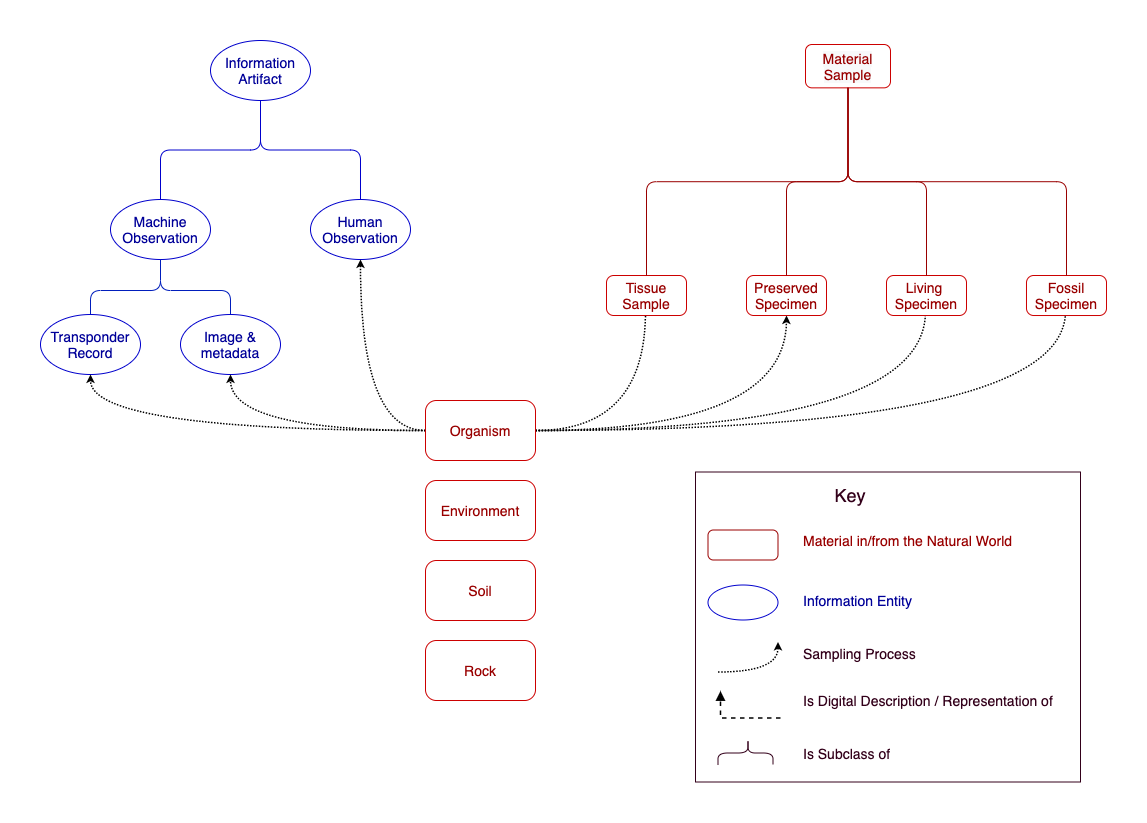
Before: resources/diagrams/material-sample-vs-info-artifact.drawio.png, a diagram exported from draw.io (tdwg/material-sample). Source tidied: cells renumbered, new cells last; positions are measured from the earlier drawing's top-left corner, leaving out a move shared by most shapes.
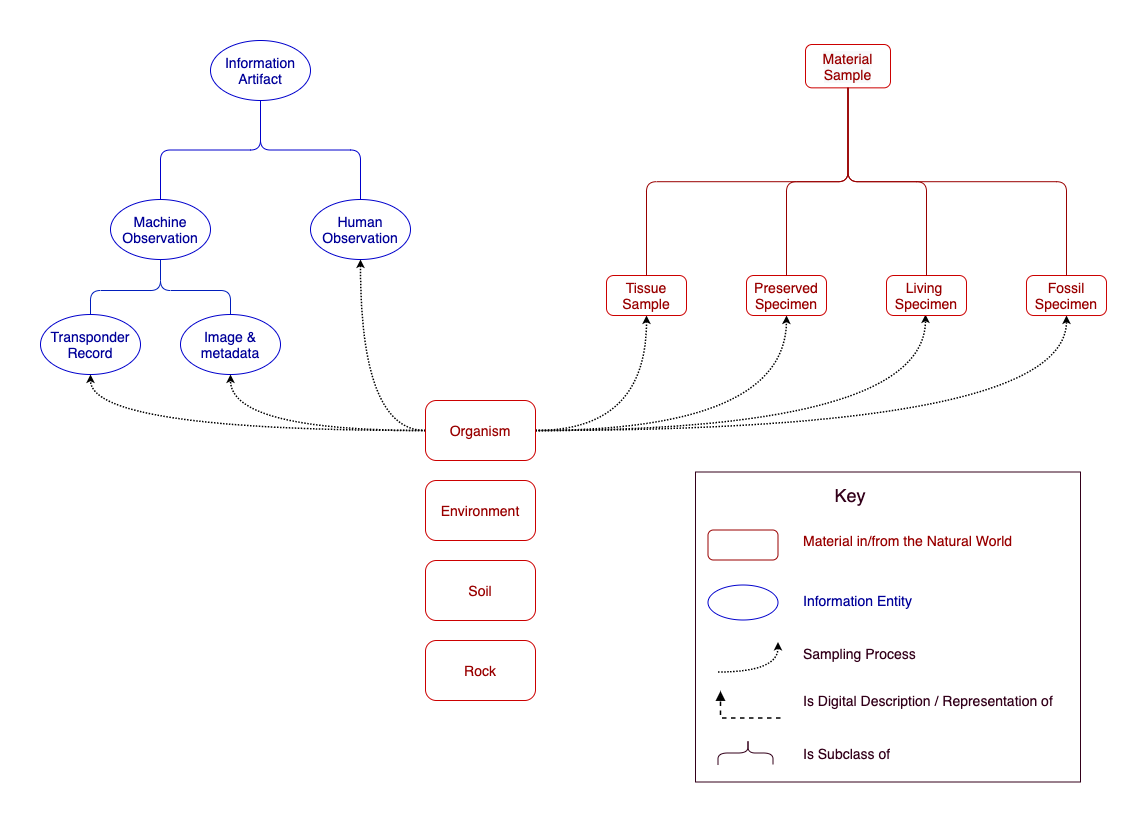
The same diagram one commit later.

Commit message:
updated existing diagram

Diff of the diagram source:
```diff
@@ -20,7 +20,7 @@
     <mxCell id="7" style="endArrow=none;html=1;entryX=0.5;entryY=1;entryDx=0;entryDy=0;edgeStyle=orthogonalEdgeStyle;exitX=0.5;exitY=0;exitDx=0;exitDy=0;fillColor=#0050ef;strokeColor=#0000CC;" parent="1" edge="1" source="4" target="3">
       <mxGeometry relative="1" as="geometry" />
     </mxCell>
-    <mxCell id="8" style="curved=1;endArrow=classic;html=1;rounded=0;edgeStyle=orthogonalEdgeStyle;dashed=1;dashPattern=1 1;strokeWidth=1.5;exitX=1;exitY=0.5;exitDx=0;exitDy=0;entryX=0.5;entryY=1;entryDx=0;entryDy=0;endSize=4;" parent="1" edge="1" source="22" target="23">
+    <mxCell id="8" style="curved=1;endArrow=classic;html=1;rounded=0;edgeStyle=orthogonalEdgeStyle;dashed=1;dashPattern=1 1;strokeWidth=1.5;exitX=1;exitY=0.5;exitDx=0;exitDy=0;entryX=0.5;entryY=1;entryDx=0;entryDy=0;endSize=4;" parent="1" edge="1" source="22" target="27">
       <mxGeometry relative="1" as="geometry" />
     </mxCell>
     <mxCell id="9" style="curved=1;endArrow=classic;html=1;rounded=0;edgeStyle=orthogonalEdgeStyle;dashed=1;dashPattern=1 1;strokeWidth=1.5;exitDx=0;exitDy=0;exitX=1;exitY=0.5;entryX=0.5;entryY=1;entryDx=0;entryDy=0;endSize=4;" parent="1" edge="1" source="22" target="28">
@@ -30,14 +30,15 @@
         </Array>
       </mxGeometry>
     </mxCell>
-    <mxCell id="10" style="curved=1;endArrow=classic;html=1;rounded=0;edgeStyle=orthogonalEdgeStyle;dashed=1;dashPattern=1 1;strokeWidth=1.5;exitX=1;exitY=0.5;exitDx=0;exitDy=0;entryX=0.5;entryY=1;entryDx=0;entryDy=0;endSize=4;" parent="1" edge="1" source="22" target="25">
+    <mxCell id="10" style="curved=1;endArrow=classic;html=1;rounded=0;edgeStyle=orthogonalEdgeStyle;dashed=1;dashPattern=1 1;strokeWidth=1.5;exitX=1;exitY=0.5;exitDx=0;exitDy=0;endSize=4;" parent="1" edge="1" source="22">
       <mxGeometry relative="1" as="geometry">
+        <mxPoint x="885" y="274" as="targetPoint" />
         <Array as="points">
           <mxPoint x="885" y="390" />
         </Array>
       </mxGeometry>
     </mxCell>
-    <mxCell id="11" style="curved=1;endArrow=classic;html=1;rounded=0;edgeStyle=orthogonalEdgeStyle;exitX=1;exitY=0.5;exitDx=0;exitDy=0;dashed=1;dashPattern=1 1;strokeWidth=1.5;entryX=0.5;entryY=1;entryDx=0;entryDy=0;endSize=4;" parent="1" edge="1" source="22" target="26">
+    <mxCell id="11" style="curved=1;endArrow=classic;html=1;rounded=0;edgeStyle=orthogonalEdgeStyle;exitX=1;exitY=0.5;exitDx=0;exitDy=0;dashed=1;dashPattern=1 1;strokeWidth=1.5;entryX=0.5;entryY=1;entryDx=0;entryDy=0;endSize=4;" parent="1" edge="1" source="22" target="30">
       <mxGeometry relative="1" as="geometry" />
     </mxCell>
     <mxCell id="12" value="Image &amp;amp; metadata" style="ellipse;whiteSpace=wrap;html=1;fillColor=none;strokeColor=#0000CC;fontColor=#000099;fontSize=14;" parent="1" vertex="1">
```
